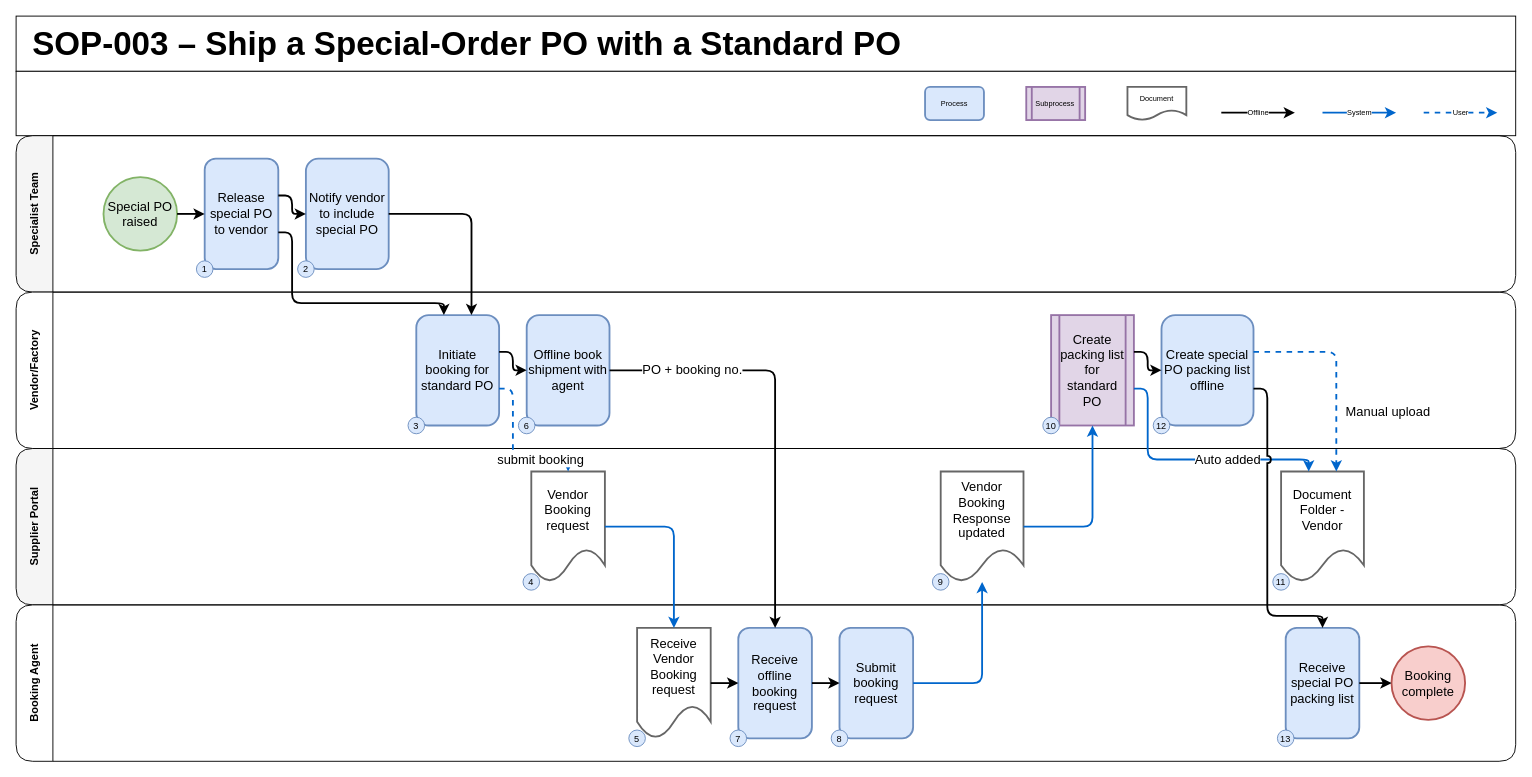
Above: examples/special-order-shipment.drawio in Andy-playground/Swimlane-builder (draw.io), before the change. Source tidied: cells renumbered, new cells numbered last; positions are measured from the earlier drawing's top-left corner, leaving out a move shared by most shapes. Both pictures are drawn from the tidied source at 92%, with x=0, y=0 at pixel (16, 16).
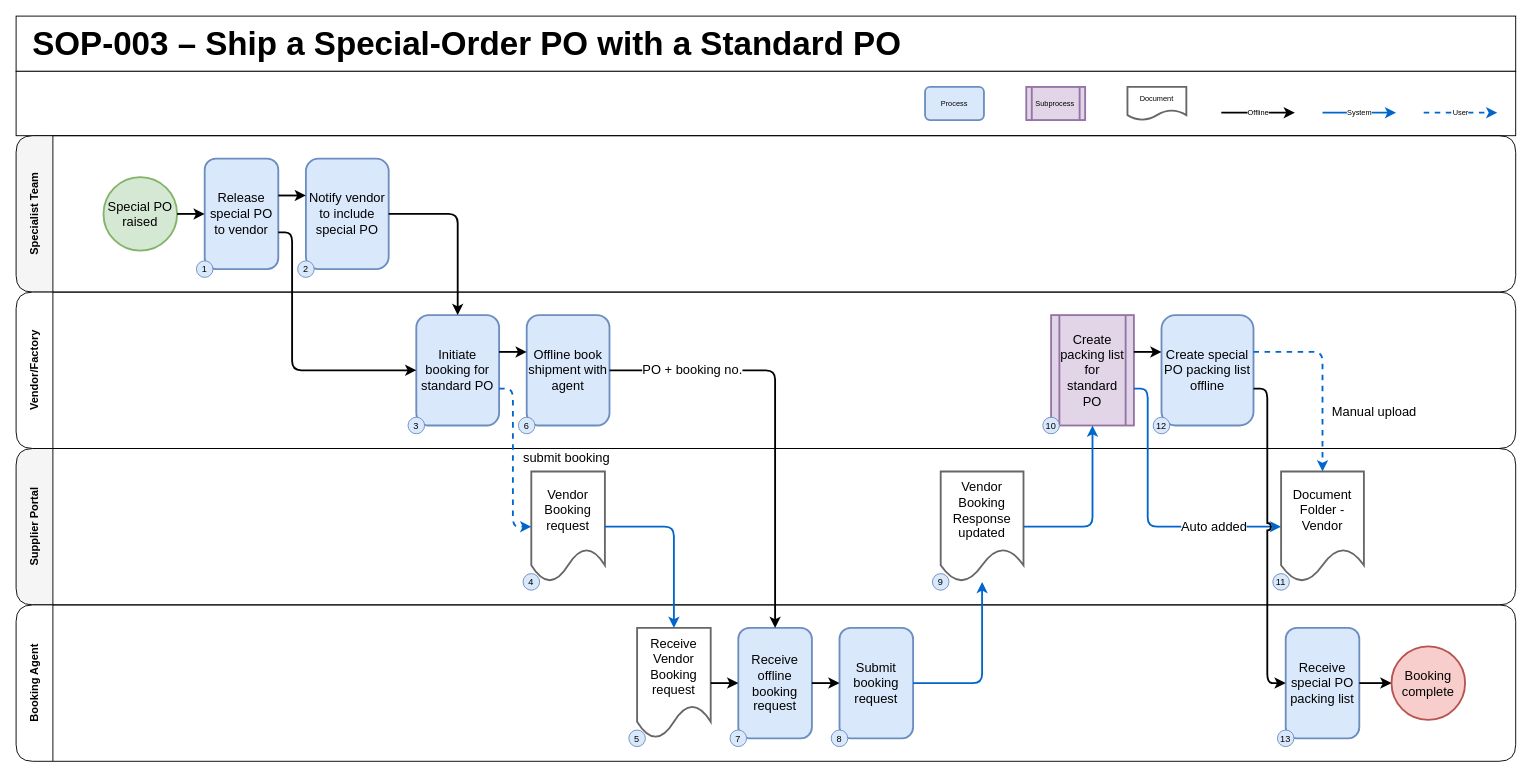
Above is the later version.

The change refers to these unchanged cells:
```xml
<mxCell id="15" value="Release special PO to vendor" style="rounded=1;whiteSpace=wrap;html=1;fontFamily=Helvetica;fontSize=14;fillColor=#dae8fc;strokeColor=#6c8ebf;strokeWidth=2;" parent="10" vertex="1">
  <mxGeometry x="205" y="25" width="80" height="120" as="geometry" />
</mxCell>
<mxCell id="17" value="Notify vendor to include special PO" style="rounded=1;whiteSpace=wrap;html=1;fontFamily=Helvetica;fontSize=14;fillColor=#dae8fc;strokeColor=#6c8ebf;strokeWidth=2;" parent="10" vertex="1">
  <mxGeometry x="315" y="25" width="90" height="120" as="geometry" />
</mxCell>
<mxCell id="19" value="Initiate booking for standard PO" style="rounded=1;whiteSpace=wrap;html=1;fontFamily=Helvetica;fontSize=14;fillColor=#dae8fc;strokeColor=#6c8ebf;strokeWidth=2;" parent="11" vertex="1">
  <mxGeometry x="435" y="25" width="90" height="120" as="geometry" />
</mxCell>
<mxCell id="21" value="Offline book shipment with agent" style="rounded=1;whiteSpace=wrap;html=1;fontFamily=Helvetica;fontSize=14;fillColor=#dae8fc;strokeColor=#6c8ebf;strokeWidth=2;" parent="11" vertex="1">
  <mxGeometry x="555" y="25" width="90" height="120" as="geometry" />
</mxCell>
<mxCell id="23" value="Create packing list for standard PO" style="shape=process;whiteSpace=wrap;html=1;fontFamily=Helvetica;fontSize=14;fillColor=#e1d5e7;strokeColor=#9673a6;strokeWidth=2;" parent="11" vertex="1">
  <mxGeometry x="1125" y="25" width="90" height="120" as="geometry" />
</mxCell>
<mxCell id="25" value="Create special PO packing list offline" style="rounded=1;whiteSpace=wrap;html=1;fontFamily=Helvetica;fontSize=14;fillColor=#dae8fc;strokeColor=#6c8ebf;strokeWidth=2;" parent="11" vertex="1">
  <mxGeometry x="1245" y="25" width="100" height="120" as="geometry" />
</mxCell>
<mxCell id="27" value="Vendor Booking request" style="shape=document;whiteSpace=wrap;html=1;boundedLbl=1;fontFamily=Helvetica;fontSize=14;fillColor=#ffffff;strokeColor=#666666;strokeWidth=2;" parent="12" vertex="1">
  <mxGeometry x="560" y="25" width="80" height="120" as="geometry" />
</mxCell>
<mxCell id="31" value="Document Folder - Vendor" style="shape=document;whiteSpace=wrap;html=1;boundedLbl=1;fontFamily=Helvetica;fontSize=14;fillColor=#ffffff;strokeColor=#666666;strokeWidth=2;" parent="12" vertex="1">
  <mxGeometry x="1375" y="25" width="90" height="120" as="geometry" />
</mxCell>
<mxCell id="39" value="Receive special PO packing list" style="rounded=1;whiteSpace=wrap;html=1;fontFamily=Helvetica;fontSize=14;fillColor=#dae8fc;strokeColor=#6c8ebf;strokeWidth=2;" parent="13" vertex="1">
  <mxGeometry x="1380" y="25" width="80" height="120" as="geometry" />
</mxCell>
```

The edit, as a diff of the source:
```diff
@@
-    <mxCell id="43" style="edgeStyle=orthogonalEdgeStyle;rounded=1;html=1;fontFamily=Helvetica;fontSize=14;jettySize=auto;jumpStyle=arc;jumpSize=6;strokeWidth=2;exitX=1;exitY=0.333333;exitDx=0;exitDy=0;entryX=0;entryY=0.5;entryDx=0;entryDy=0;" parent="1" edge="1" source="15" target="17">
-      <mxGeometry relative="1" as="geometry">
-        <Array as="points">
-          <mxPoint x="300" y="195" />
-          <mxPoint x="300" y="215" />
-        </Array>
-      </mxGeometry>
+    <mxCell id="43" style="edgeStyle=orthogonalEdgeStyle;rounded=1;html=1;fontFamily=Helvetica;fontSize=14;jettySize=auto;jumpStyle=arc;jumpSize=6;strokeWidth=2;exitX=1;exitY=0.333333;exitDx=0;exitDy=0;entryX=0;entryY=0.333333;entryDx=0;entryDy=0;" parent="1" edge="1" source="15" target="17">
+      <mxGeometry relative="1" as="geometry" />
     </mxCell>
-    <mxCell id="44" style="edgeStyle=orthogonalEdgeStyle;rounded=1;html=1;fontFamily=Helvetica;fontSize=14;jettySize=auto;jumpStyle=arc;jumpSize=6;strokeWidth=2;exitX=1;exitY=0.666667;exitDx=0;exitDy=0;entryX=0.333333;entryY=0;entryDx=0;entryDy=0;" parent="1" edge="1" source="15" target="19">
+    <mxCell id="44" style="edgeStyle=orthogonalEdgeStyle;rounded=1;html=1;fontFamily=Helvetica;fontSize=14;jettySize=auto;jumpStyle=arc;jumpSize=6;strokeWidth=2;exitX=1;exitY=0.666667;exitDx=0;exitDy=0;entryX=0;entryY=0.5;entryDx=0;entryDy=0;" parent="1" edge="1" source="15" target="19">
       <mxGeometry relative="1" as="geometry">
         <Array as="points">
           <mxPoint x="300" y="235" />
-          <mxPoint x="300" y="312" />
-          <mxPoint x="465" y="312" />
+          <mxPoint x="300" y="385" />
         </Array>
       </mxGeometry>
     </mxCell>
-    <mxCell id="45" style="edgeStyle=orthogonalEdgeStyle;rounded=1;html=1;fontFamily=Helvetica;fontSize=14;jettySize=auto;jumpStyle=arc;jumpSize=6;strokeWidth=2;exitX=1;exitY=0.5;exitDx=0;exitDy=0;entryX=0.666667;entryY=0;entryDx=0;entryDy=0;" parent="1" edge="1" source="17" target="19">
+    <mxCell id="45" style="edgeStyle=orthogonalEdgeStyle;rounded=1;html=1;fontFamily=Helvetica;fontSize=14;jettySize=auto;jumpStyle=arc;jumpSize=6;strokeWidth=2;exitX=1;exitY=0.5;exitDx=0;exitDy=0;entryX=0.5;entryY=0;entryDx=0;entryDy=0;" parent="1" edge="1" source="17" target="19">
       <mxGeometry relative="1" as="geometry">
         <Array as="points">
-          <mxPoint x="495" y="215" />
+          <mxPoint x="480" y="215" />
         </Array>
       </mxGeometry>
     </mxCell>
-    <mxCell id="46" value="submit booking" style="edgeStyle=orthogonalEdgeStyle;rounded=1;html=1;fontFamily=Helvetica;fontSize=14;jettySize=auto;jumpStyle=arc;jumpSize=6;strokeWidth=2;strokeColor=#0066CC;dashed=1;exitX=1;exitY=0.666667;exitDx=0;exitDy=0;entryX=0.5;entryY=0;entryDx=0;entryDy=0;" parent="1" edge="1" source="19" target="27">
-      <mxGeometry x="0.48" relative="1" as="geometry">
+    <mxCell id="46" value="submit booking" style="edgeStyle=orthogonalEdgeStyle;rounded=1;html=1;fontFamily=Helvetica;fontSize=14;jettySize=auto;jumpStyle=arc;jumpSize=6;strokeWidth=2;strokeColor=#0066CC;dashed=1;exitX=1;exitY=0.666667;exitDx=0;exitDy=0;entryX=0;entryY=0.5;entryDx=0;entryDy=0;" parent="1" edge="1" source="19" target="27">
+      <mxGeometry x="-0.03" relative="1" as="geometry">
         <Array as="points">
           <mxPoint x="540" y="405" />
-          <mxPoint x="540" y="482" />
-          <mxPoint x="600" y="482" />
+          <mxPoint x="540" y="555" />
         </Array>
+        <mxPoint x="58" as="offset" />
       </mxGeometry>
     </mxCell>
-    <mxCell id="47" style="edgeStyle=orthogonalEdgeStyle;rounded=1;html=1;fontFamily=Helvetica;fontSize=14;jettySize=auto;jumpStyle=arc;jumpSize=6;strokeWidth=2;exitX=1;exitY=0.333333;exitDx=0;exitDy=0;entryX=0;entryY=0.5;entryDx=0;entryDy=0;" parent="1" edge="1" source="19" target="21">
-      <mxGeometry relative="1" as="geometry">
-        <Array as="points">
-          <mxPoint x="540" y="365" />
-          <mxPoint x="540" y="385" />
-        </Array>
-      </mxGeometry>
+    <mxCell id="47" style="edgeStyle=orthogonalEdgeStyle;rounded=1;html=1;fontFamily=Helvetica;fontSize=14;jettySize=auto;jumpStyle=arc;jumpSize=6;strokeWidth=2;exitX=1;exitY=0.333333;exitDx=0;exitDy=0;entryX=0;entryY=0.333333;entryDx=0;entryDy=0;" parent="1" edge="1" source="19" target="21">
+      <mxGeometry relative="1" as="geometry" />
     </mxCell>
@@
-    <mxCell id="54" value="Auto added" style="edgeStyle=orthogonalEdgeStyle;rounded=1;html=1;fontFamily=Helvetica;fontSize=14;jettySize=auto;jumpStyle=arc;jumpSize=6;strokeWidth=2;strokeColor=#0066CC;exitX=1;exitY=0.666667;exitDx=0;exitDy=0;entryX=0.333333;entryY=0;entryDx=0;entryDy=0;" parent="1" edge="1" source="23" target="31">
-      <mxGeometry x="0.28" relative="1" as="geometry">
+    <mxCell id="54" value="Auto added" style="edgeStyle=orthogonalEdgeStyle;rounded=1;html=1;fontFamily=Helvetica;fontSize=14;jettySize=auto;jumpStyle=arc;jumpSize=6;strokeWidth=2;strokeColor=#0066CC;exitX=1;exitY=0.666667;exitDx=0;exitDy=0;entryX=0;entryY=0.5;entryDx=0;entryDy=0;" parent="1" edge="1" source="23" target="31">
+      <mxGeometry x="0.53" relative="1" as="geometry">
         <Array as="points">
           <mxPoint x="1230" y="405" />
-          <mxPoint x="1230" y="482" />
-          <mxPoint x="1405" y="482" />
+          <mxPoint x="1230" y="555" />
         </Array>
       </mxGeometry>
     </mxCell>
-    <mxCell id="55" style="edgeStyle=orthogonalEdgeStyle;rounded=1;html=1;fontFamily=Helvetica;fontSize=14;jettySize=auto;jumpStyle=arc;jumpSize=6;strokeWidth=2;exitX=1;exitY=0.333333;exitDx=0;exitDy=0;entryX=0;entryY=0.5;entryDx=0;entryDy=0;" parent="1" edge="1" source="23" target="25">
-      <mxGeometry relative="1" as="geometry">
-        <Array as="points">
-          <mxPoint x="1230" y="365" />
-          <mxPoint x="1230" y="385" />
-        </Array>
-      </mxGeometry>
+    <mxCell id="55" style="edgeStyle=orthogonalEdgeStyle;rounded=1;html=1;fontFamily=Helvetica;fontSize=14;jettySize=auto;jumpStyle=arc;jumpSize=6;strokeWidth=2;exitX=1;exitY=0.333333;exitDx=0;exitDy=0;entryX=0;entryY=0.333333;entryDx=0;entryDy=0;" parent="1" edge="1" source="23" target="25">
+      <mxGeometry relative="1" as="geometry" />
     </mxCell>
-    <mxCell id="56" value="Manual upload" style="edgeStyle=orthogonalEdgeStyle;rounded=1;html=1;fontFamily=Helvetica;fontSize=14;jettySize=auto;jumpStyle=arc;jumpSize=6;strokeWidth=2;strokeColor=#0066CC;dashed=1;exitX=1;exitY=0.333333;exitDx=0;exitDy=0;entryX=0.666667;entryY=0;entryDx=0;entryDy=0;" parent="1" edge="1" source="25" target="31">
-      <mxGeometry x="0.41" relative="1" as="geometry">
+    <mxCell id="56" value="Manual upload" style="edgeStyle=orthogonalEdgeStyle;rounded=1;html=1;fontFamily=Helvetica;fontSize=14;jettySize=auto;jumpStyle=arc;jumpSize=6;strokeWidth=2;strokeColor=#0066CC;dashed=1;exitX=1;exitY=0.333333;exitDx=0;exitDy=0;entryX=0.5;entryY=0;entryDx=0;entryDy=0;" parent="1" edge="1" source="25" target="31">
+      <mxGeometry x="0.37" relative="1" as="geometry">
         <Array as="points">
-          <mxPoint x="1435" y="365" />
+          <mxPoint x="1420" y="365" />
         </Array>
         <mxPoint x="56" as="offset" />
       </mxGeometry>
     </mxCell>
-    <mxCell id="57" style="edgeStyle=orthogonalEdgeStyle;rounded=1;html=1;fontFamily=Helvetica;fontSize=14;jettySize=auto;jumpStyle=arc;jumpSize=6;strokeWidth=2;exitX=1;exitY=0.666667;exitDx=0;exitDy=0;entryX=0.5;entryY=0;entryDx=0;entryDy=0;" parent="1" edge="1" source="25" target="39">
+    <mxCell id="57" style="edgeStyle=orthogonalEdgeStyle;rounded=1;html=1;fontFamily=Helvetica;fontSize=14;jettySize=auto;jumpStyle=arc;jumpSize=6;strokeWidth=2;exitX=1;exitY=0.666667;exitDx=0;exitDy=0;entryX=0;entryY=0.5;entryDx=0;entryDy=0;" parent="1" edge="1" source="25" target="39">
       <mxGeometry relative="1" as="geometry">
         <Array as="points">
           <mxPoint x="1360" y="405" />
-          <mxPoint x="1360" y="652" />
-          <mxPoint x="1420" y="652" />
+          <mxPoint x="1360" y="725" />
         </Array>
       </mxGeometry>
     </mxCell>
```
